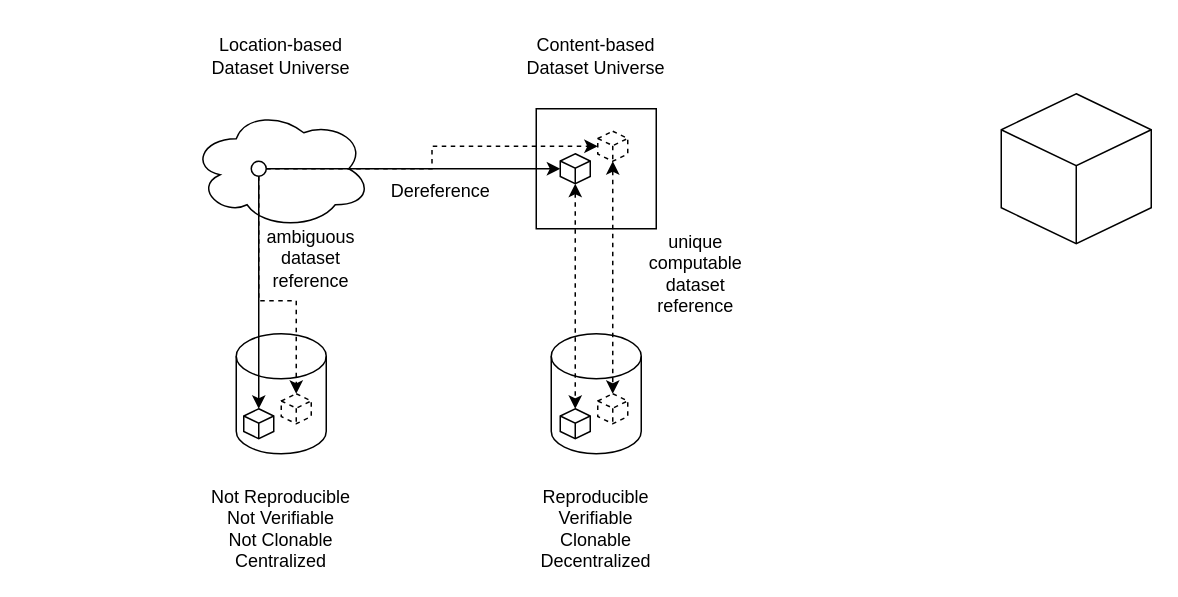
Earlier version of the draw.io diagram docs/content-based-universe.drawio (bio-guoda/preston). Source tidied: cells renumbered, new cells numbered last; positions are measured from the earlier drawing's top-left corner, leaving out a move shared by most shapes. Both pictures are drawn from the tidied source at 150%, with x=0, y=0 at pixel (26, 26).
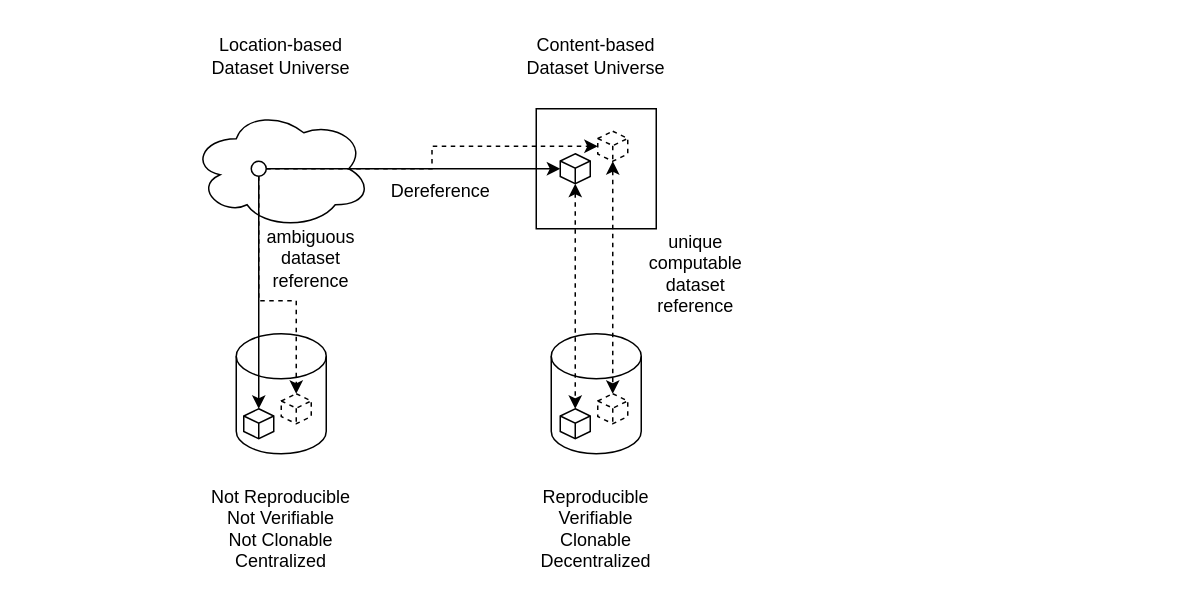
After the change.

Commit message (it also covers changes not shown here):
remove big box in diagram

Diff of the diagram source:
```diff
@@
-    <mxCell id="5" style="whiteSpace=wrap;html=1;shape=mxgraph.basic.isocube;isoAngle=15;" parent="1" vertex="1">
-      <mxGeometry x="650" y="45" width="100" height="100" as="geometry" />
-    </mxCell>
```
